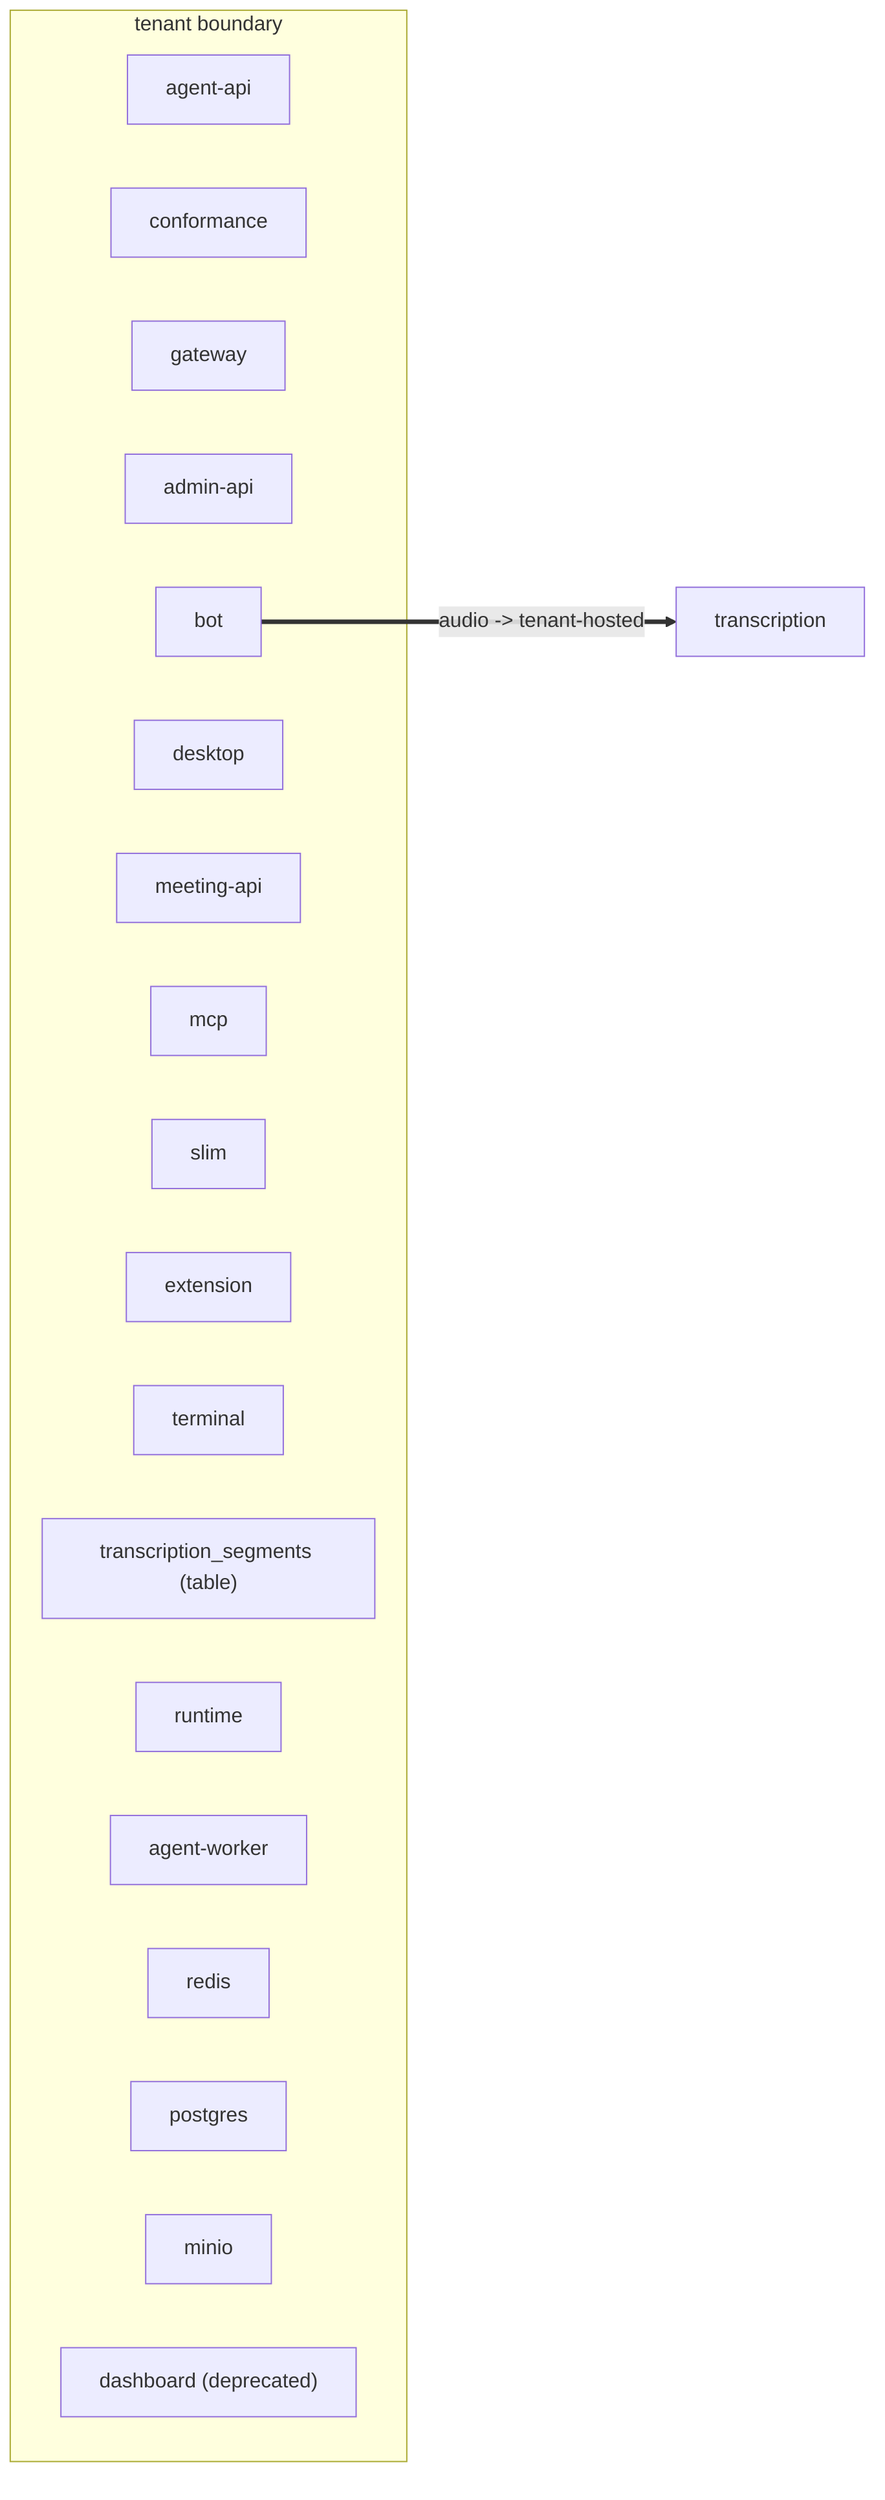
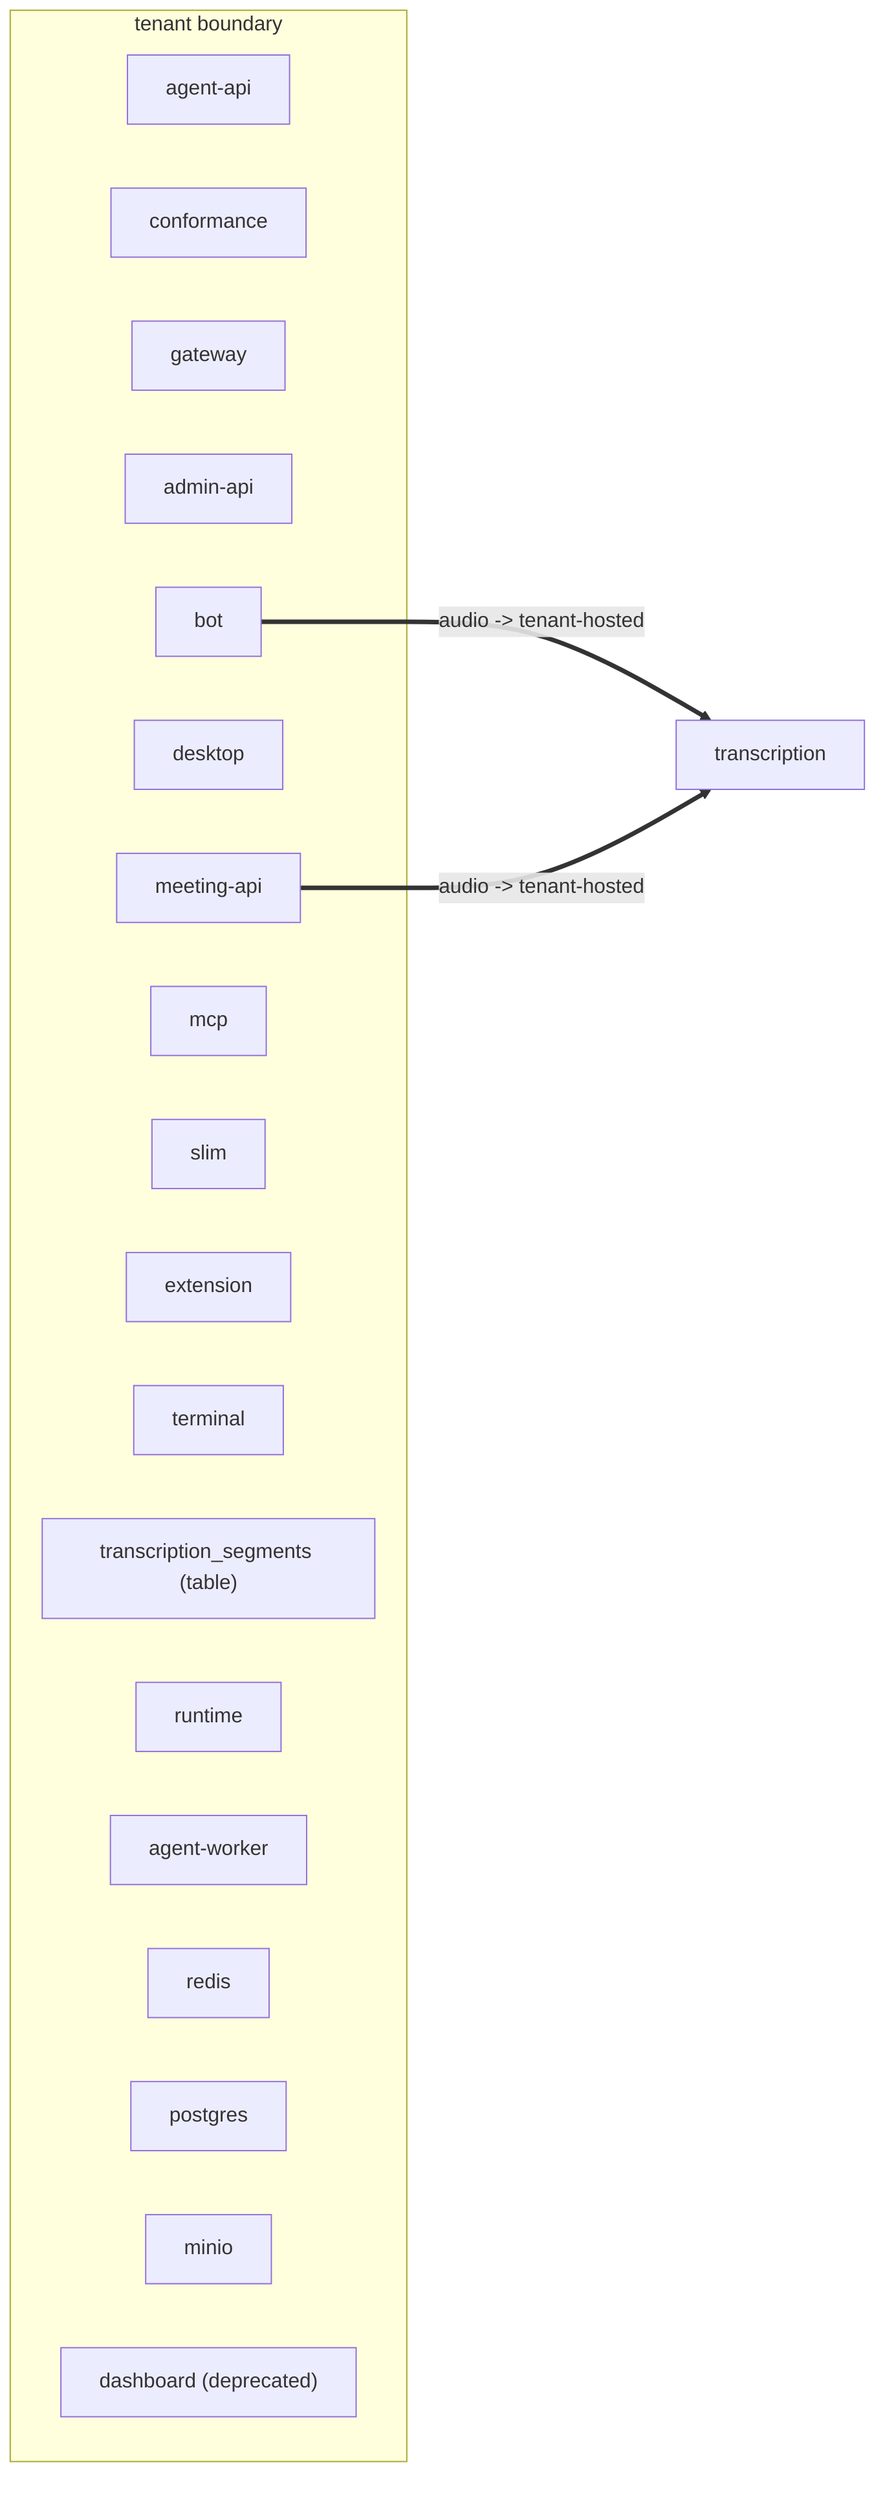
%% GENERATED — pnpm arch:dsl --write
flowchart LR
  subgraph tenant["tenant boundary"]
    agent_api["agent-api"]
    conformance["conformance"]
    gateway["gateway"]
    admin_api["admin-api"]
    bot["bot"]
    desktop["desktop"]
    meeting_api["meeting-api"]
    mcp["mcp"]
    slim["slim"]
    extension["extension"]
    terminal["terminal"]
    segments_table["transcription_segments (table)"]
    runtime["runtime"]
    agent_worker["agent-worker"]
    redis["redis"]
    postgres["postgres"]
    minio["minio"]
    dashboard["dashboard (deprecated)"]
  end
  transcription["transcription"]
  bot ==>|"audio -> tenant-hosted"| transcription
+   transcription["transcription"]
+   meeting_api ==>|"audio -> tenant-hosted"| transcription
